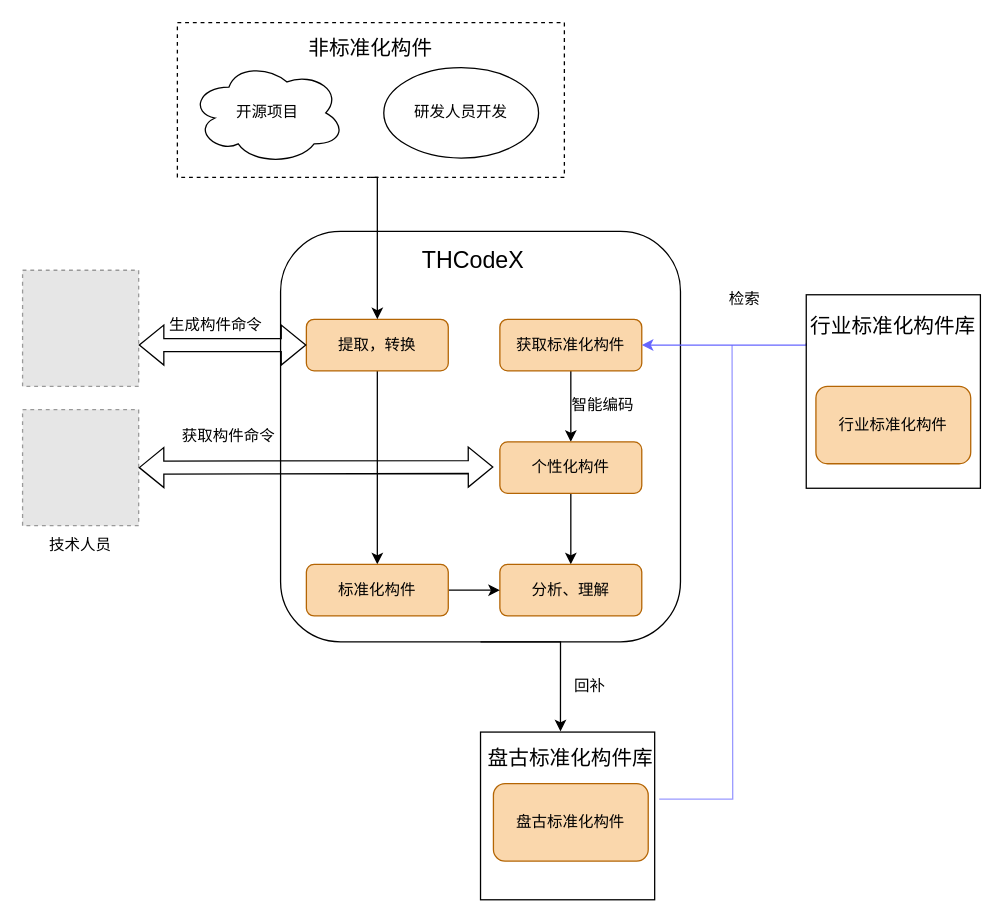
The draw.io diagram 构件库.drawio in xiaodehenlang/diagrams, before the edit. Source tidied: cells renumbered, new cells numbered last; positions are measured from the earlier drawing's top-left corner, leaving out a move shared by most shapes. Both pictures are drawn from the tidied source at 129%, with x=0, y=0 at pixel (22, 22). Pictures stored in the file or linked from it are replaced by grey dashed boxes.
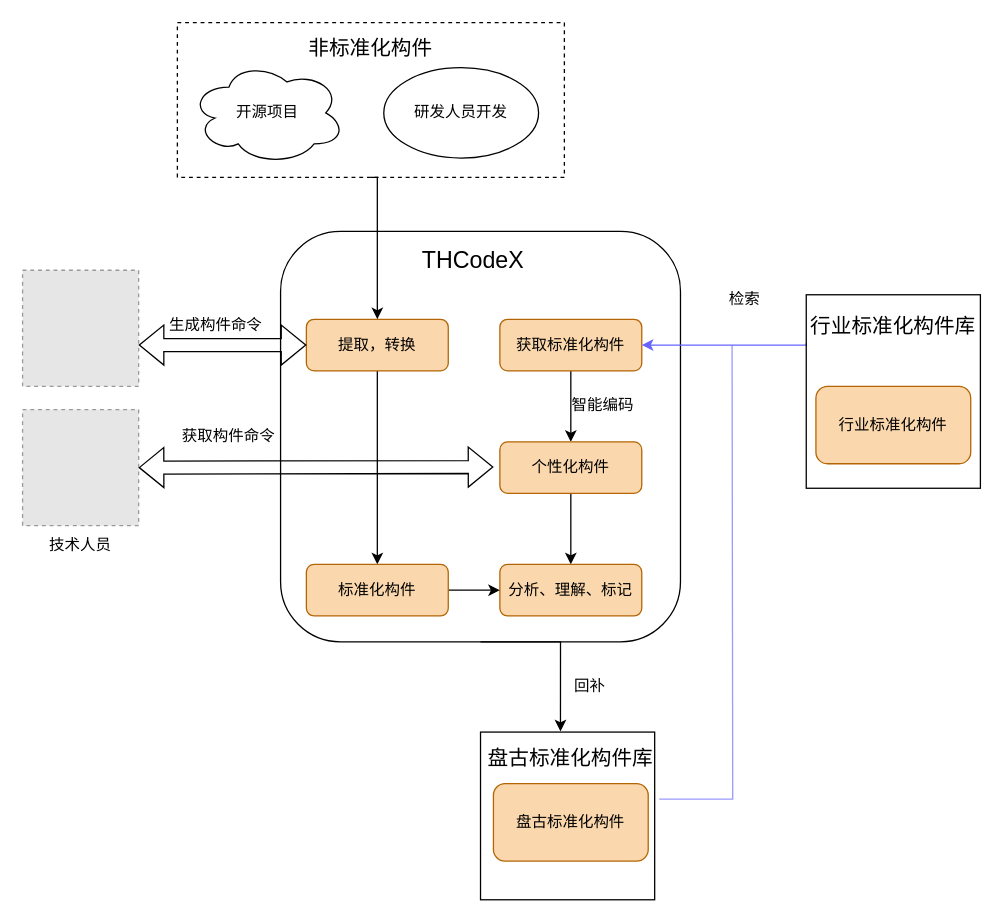
The same page after the edit.

Commit message (it also covers changes not shown here):
更新构件库.drawio

The edit, as a diff of the source:
```diff
@@
-    <mxCell id="23" value="分析、理解" style="rounded=1;whiteSpace=wrap;html=1;fillColor=#fad7ac;strokeColor=#b46504;" parent="1" vertex="1">
+    <mxCell id="23" value="分析、理解、标记" style="rounded=1;whiteSpace=wrap;html=1;fillColor=#fad7ac;strokeColor=#b46504;" parent="1" vertex="1">
       <mxGeometry x="370" y="420" width="110" height="40" as="geometry" />
     </mxCell>
```
